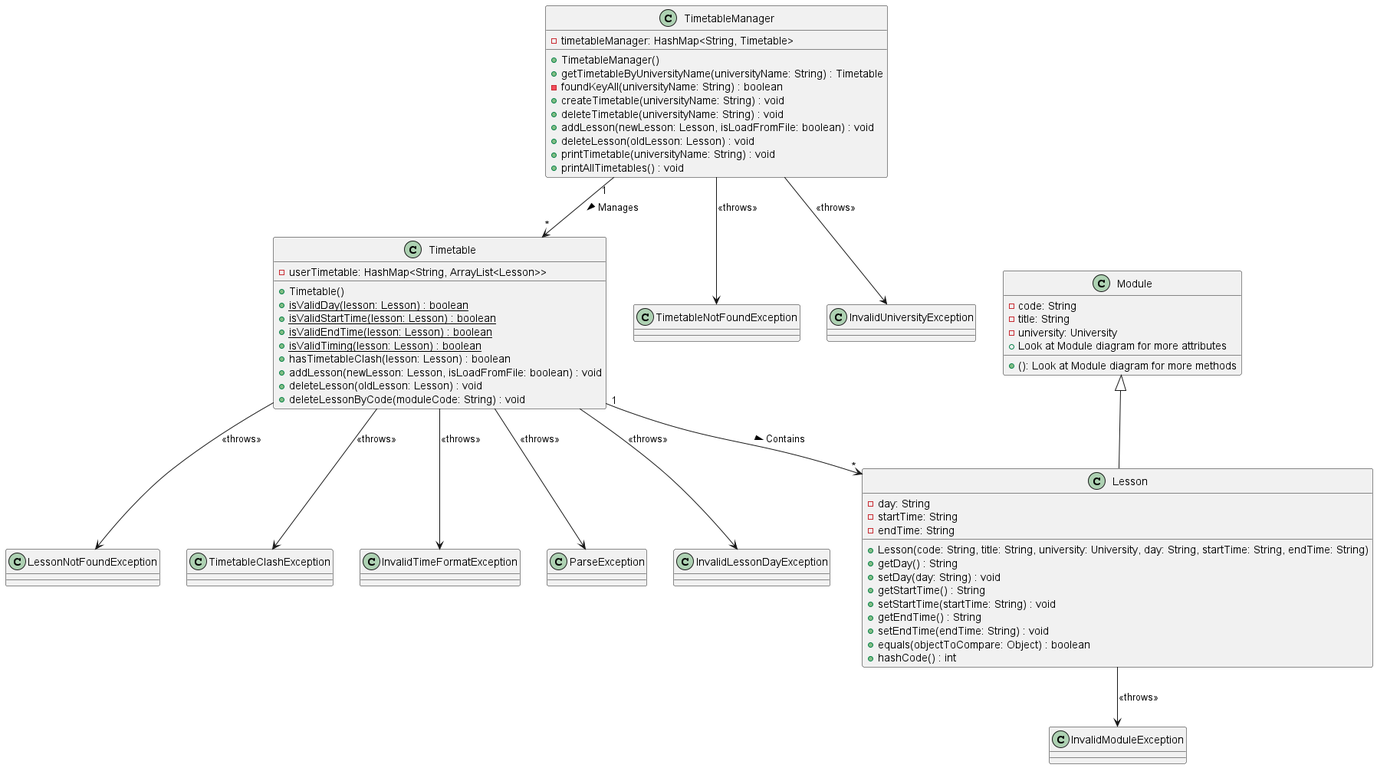
Above: docs/images/Timetable_Class.png in nus-cs2113-AY2223S1/tp (PlantUML), before the change.
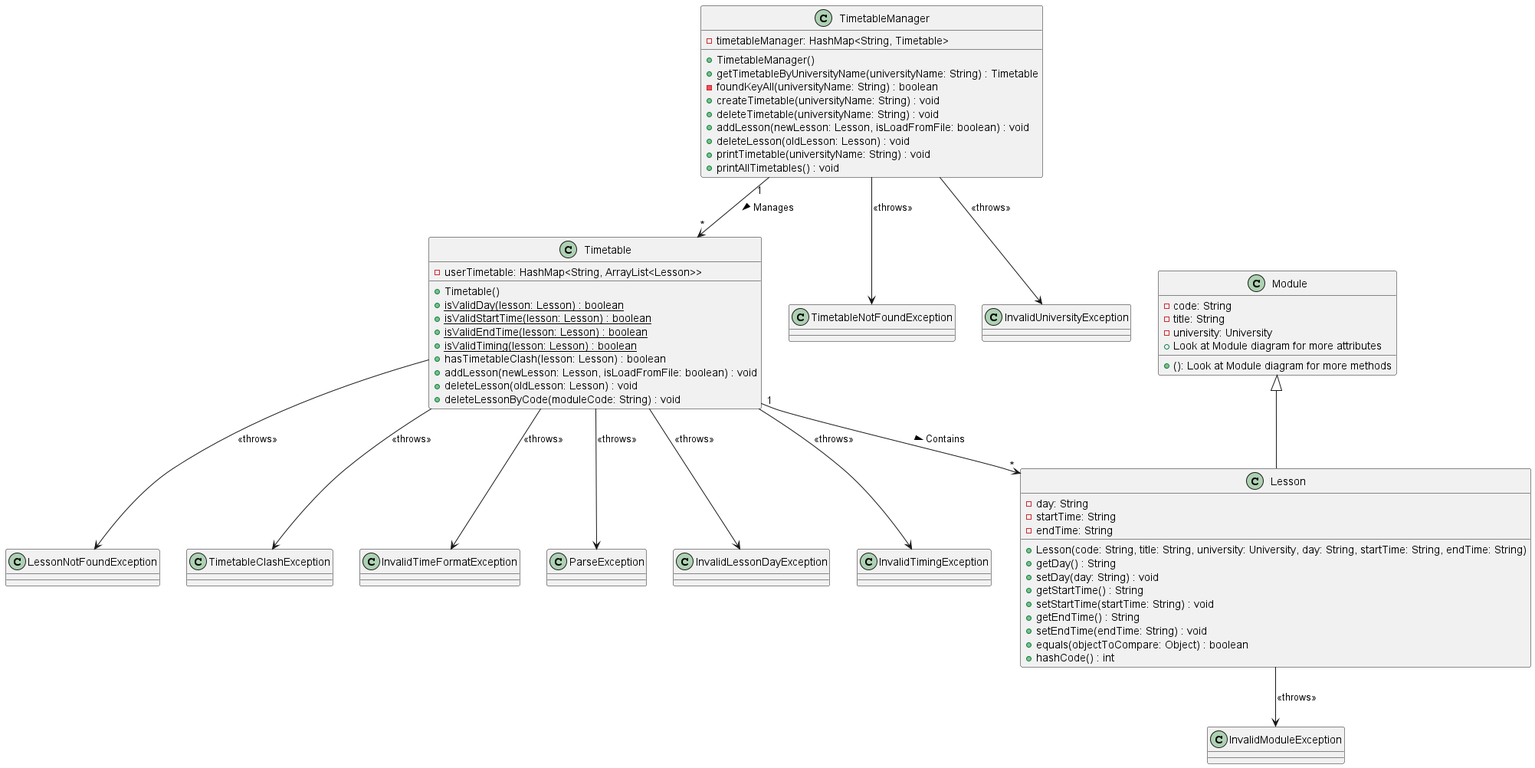
Later version of the same file.

Commit message:
Update DG to reflect changes in Timetable

Diff of the diagram source:
```diff
@@ -73,10 +73,14 @@
 class InvalidUniversityException {
 }
 
+class InvalidTimingException {
+}
+
 TimetableManager "1" --> "*" Timetable :> Manages
 Timetable "1" --> "*" Lesson :> Contains
 Lesson --> InvalidModuleException : <<throws>>
 Timetable --> InvalidTimeFormatException : <<throws>>
+Timetable --> InvalidTimingException : <<throws>>
 Timetable --> TimetableClashException : <<throws>>
 Timetable --> ParseException : <<throws>>
 Timetable --> LessonNotFoundException : <<throws>>
```
